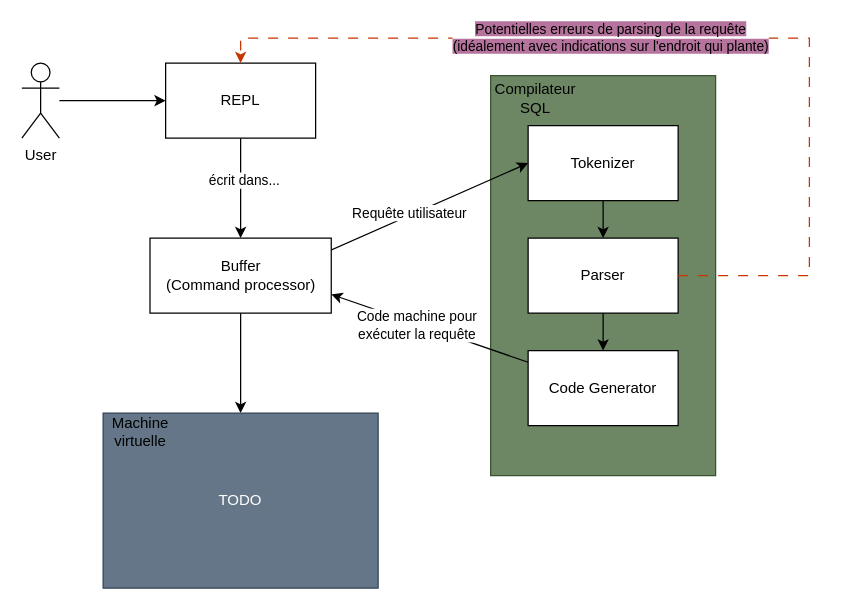
This is doc/db_components.drawio from nicolasprz/TrusDB, a draw.io file, before an edit. Source tidied: cells renumbered, new cells numbered last; positions are measured from the earlier drawing's top-left corner, leaving out a move shared by most shapes. Both pictures are drawn from the tidied source at 125%, with x=0, y=0 at pixel (21, 38).
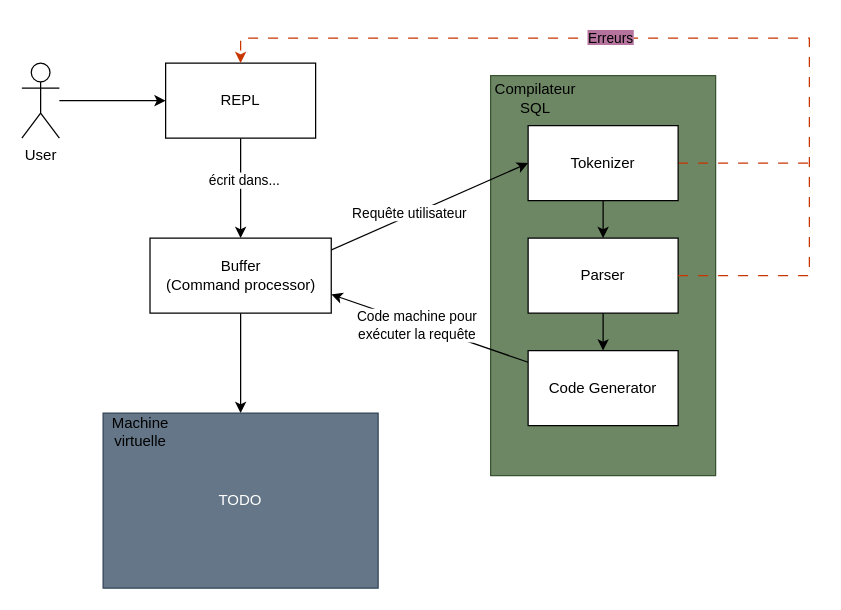
Above is the later version.

Unchanged cells that the change refers to:
```xml
<mxCell id="6" value="Parser" style="rounded=0;whiteSpace=wrap;html=1;" parent="2" vertex="1">
  <mxGeometry x="30" y="130" width="120" height="60" as="geometry" />
</mxCell>
<mxCell id="10" value="REPL" style="rounded=0;whiteSpace=wrap;html=1;" parent="1" vertex="1">
  <mxGeometry x="115" y="20" width="120" height="60" as="geometry" />
</mxCell>
<mxCell id="17" value="Tokenizer" style="rounded=0;whiteSpace=wrap;html=1;" parent="1" vertex="1">
  <mxGeometry x="405" y="70" width="120" height="60" as="geometry" />
</mxCell>
```

Diff of the diagram source:
```diff
@@
+    <mxCell id="24" style="edgeStyle=orthogonalEdgeStyle;rounded=0;jettySize=auto;html=1;fillColor=#fa6800;strokeColor=#C73500;dashed=1;dashPattern=8 8;endArrow=none;endFill=0;" parent="1" edge="1" source="17">
+      <mxGeometry relative="1" as="geometry">
+        <mxPoint x="630" y="100" as="targetPoint" />
+      </mxGeometry>
+    </mxCell>
@@
-    <mxCell id="18" value="&lt;span style=&quot;background-color: rgb(181, 115, 157);&quot;&gt;Potentielles erreurs de parsing de la requête&lt;/span&gt;&lt;div&gt;&lt;span style=&quot;background-color: rgb(181, 115, 157);&quot;&gt;(idéalement avec indications sur l'endroit qui plante)&lt;/span&gt;&lt;/div&gt;" style="rounded=0;jettySize=auto;html=1;dashed=1;dashPattern=8 8;fillColor=#fa6800;strokeColor=#C73500;exitX=1;exitY=0.5;exitDx=0;exitDy=0;entryX=0.5;entryY=0;entryDx=0;entryDy=0;edgeStyle=orthogonalEdgeStyle;" parent="1" edge="1" source="6" target="10">
+    <mxCell id="18" value="&lt;span style=&quot;background-color: rgb(181, 115, 157);&quot;&gt;Erreurs&lt;/span&gt;" style="rounded=0;jettySize=auto;html=1;dashed=1;dashPattern=8 8;fillColor=#fa6800;strokeColor=#C73500;exitX=1;exitY=0.5;exitDx=0;exitDy=0;entryX=0.5;entryY=0;entryDx=0;entryDy=0;edgeStyle=orthogonalEdgeStyle;" parent="1" edge="1" source="6" target="10">
       <mxGeometry x="0.18" relative="1" as="geometry">
         <Array as="points">
           <mxPoint x="630" y="190" />
           <mxPoint x="630" />
           <mxPoint x="175" />
         </Array>
       </mxGeometry>
     </mxCell>
```
